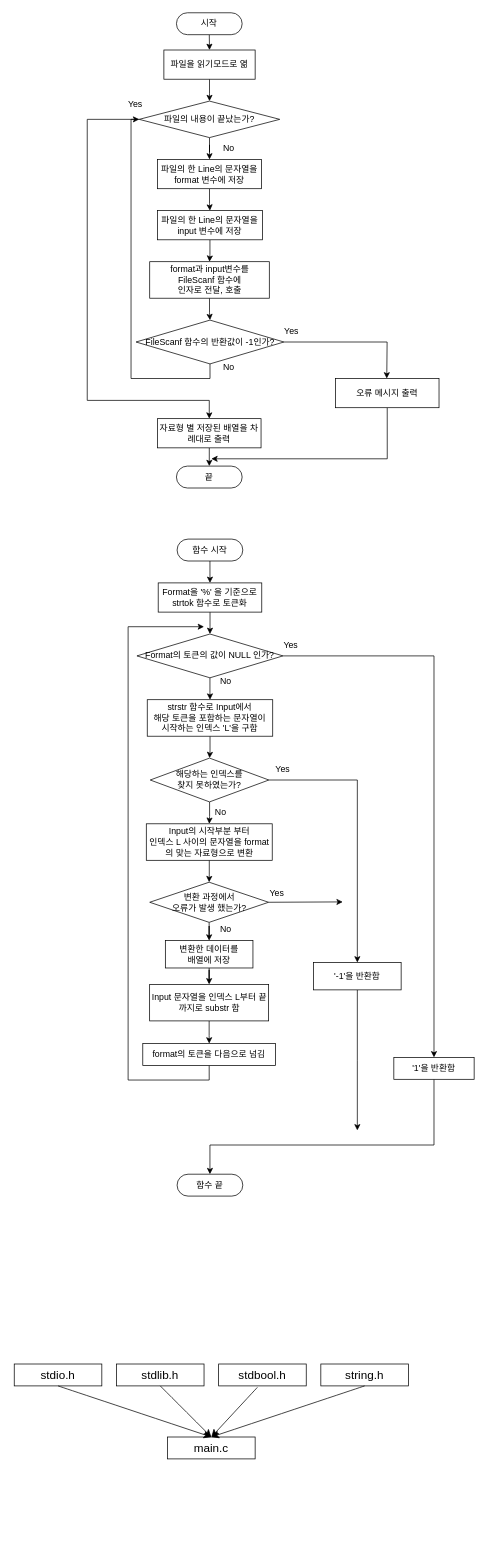
Earlier version of the draw.io diagram 10주차/draw.drawio (wklee316/3rdG_Trouble_Shooting). Source tidied: cells renumbered, new cells numbered last; positions are measured from the earlier drawing's top-left corner, leaving out a move shared by most shapes. Both pictures are drawn from the tidied source at 73%, with x=0, y=0 at pixel (14, 12).
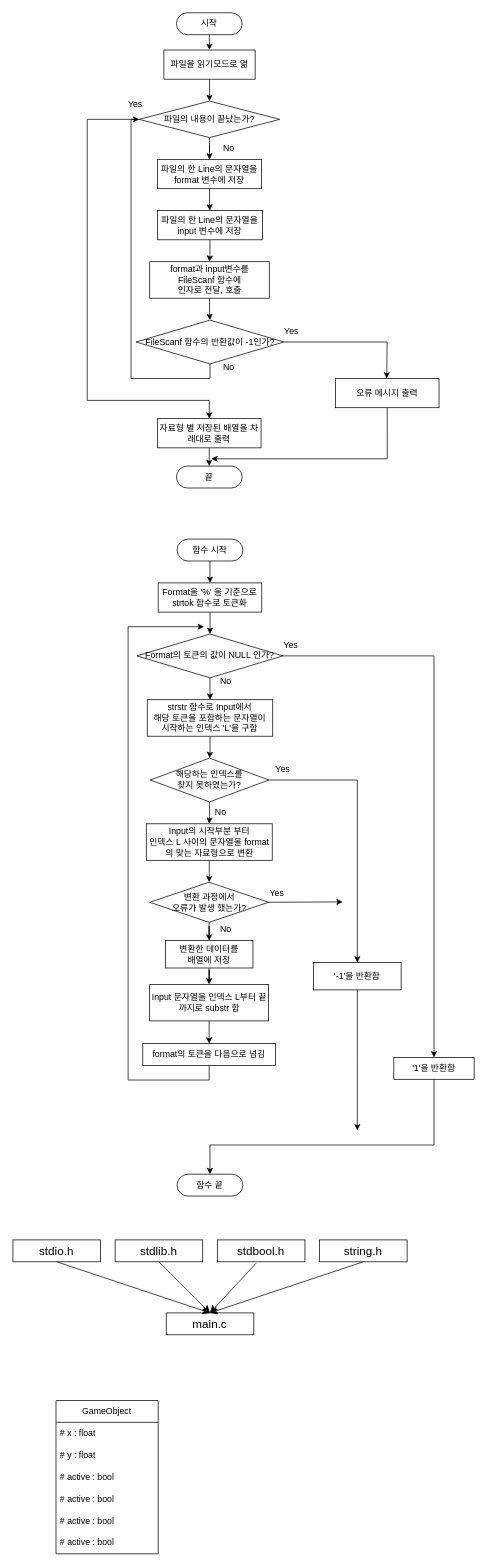
Above is the later version.

Change to the diagram source:
```diff
@@
     <mxCell id="2" value="main.c" style="rounded=0;whiteSpace=wrap;html=1;fontSize=16;" parent="1" vertex="1">
-      <mxGeometry x="210" y="1951" width="120" height="30" as="geometry" />
+      <mxGeometry x="208.2" y="1781" width="120" height="30" as="geometry" />
     </mxCell>
     <mxCell id="3" value="stdio.h" style="rounded=0;whiteSpace=wrap;html=1;fontSize=16;" parent="1" vertex="1">
-      <mxGeometry y="1851" width="120" height="30" as="geometry" />
+      <mxGeometry x="-1.8" y="1681" width="120" height="30" as="geometry" />
     </mxCell>
     <mxCell id="4" value="stdlib.h" style="rounded=0;whiteSpace=wrap;html=1;fontSize=16;" parent="1" vertex="1">
-      <mxGeometry x="140" y="1851" width="120" height="30" as="geometry" />
+      <mxGeometry x="138.2" y="1681" width="120" height="30" as="geometry" />
     </mxCell>
     <mxCell id="5" value="stdbool.h" style="rounded=0;whiteSpace=wrap;html=1;fontSize=16;" parent="1" vertex="1">
-      <mxGeometry x="280" y="1851" width="120" height="30" as="geometry" />
+      <mxGeometry x="278.2" y="1681" width="120" height="30" as="geometry" />
     </mxCell>
     <mxCell id="6" value="string.h" style="rounded=0;whiteSpace=wrap;html=1;fontSize=16;" parent="1" vertex="1">
-      <mxGeometry x="420" y="1851" width="120" height="30" as="geometry" />
+      <mxGeometry x="418.2" y="1681" width="120" height="30" as="geometry" />
     </mxCell>
@@
+    <mxCell id="70" value="GameObject" style="swimlane;fontStyle=0;horizontal=1;startSize=30;whiteSpace=wrap;html=1;" parent="1" vertex="1">
+      <mxGeometry x="57.2" y="1901" width="140" height="210" as="geometry" />
+    </mxCell>
+    <mxCell id="71" value="# x : float" style="text;strokeColor=none;fillColor=none;align=left;verticalAlign=middle;spacingLeft=4;spacingRight=4;overflow=hidden;whiteSpace=wrap;html=1;" parent="70" vertex="1">
+      <mxGeometry y="30" width="140" height="30" as="geometry" />
+    </mxCell>
+    <mxCell id="72" value="# y : float" style="text;strokeColor=none;fillColor=none;align=left;verticalAlign=middle;spacingLeft=4;spacingRight=4;overflow=hidden;whiteSpace=wrap;html=1;" parent="70" vertex="1">
+      <mxGeometry y="60" width="140" height="30" as="geometry" />
+    </mxCell>
+    <mxCell id="73" value="# active : bool" style="text;strokeColor=none;fillColor=none;align=left;verticalAlign=middle;spacingLeft=4;spacingRight=4;overflow=hidden;points=[[0,0.5],[1,0.5]];portConstraint=eastwest;whiteSpace=wrap;html=1;" parent="70" vertex="1">
+      <mxGeometry y="90" width="140" height="30" as="geometry" />
+    </mxCell>
+    <mxCell id="74" value="# active : bool" style="text;strokeColor=none;fillColor=none;align=left;verticalAlign=middle;spacingLeft=4;spacingRight=4;overflow=hidden;whiteSpace=wrap;html=1;" parent="70" vertex="1">
+      <mxGeometry y="120" width="140" height="30" as="geometry" />
+    </mxCell>
+    <mxCell id="75" value="# active : bool" style="text;strokeColor=none;fillColor=none;align=left;verticalAlign=middle;spacingLeft=4;spacingRight=4;overflow=hidden;whiteSpace=wrap;html=1;glass=0;" parent="70" vertex="1">
+      <mxGeometry y="150" width="140" height="30" as="geometry" />
+    </mxCell>
+    <mxCell id="76" value="# active : bool" style="text;strokeColor=none;fillColor=none;align=left;verticalAlign=middle;spacingLeft=4;spacingRight=4;overflow=hidden;whiteSpace=wrap;html=1;" parent="70" vertex="1">
+      <mxGeometry y="180" width="140" height="30" as="geometry" />
+    </mxCell>
+    <mxCell id="77" style="edgeStyle=orthogonalEdgeStyle;rounded=0;orthogonalLoop=1;jettySize=auto;html=1;exitX=1;exitY=0.5;exitDx=0;exitDy=0;" parent="70" edge="1" source="73" target="73">
+      <mxGeometry relative="1" as="geometry" />
+    </mxCell>
```
